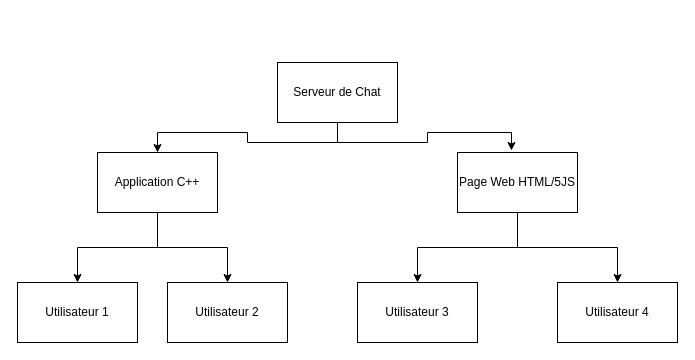
Above: Diagramme sans nom.drawio in Moutima/java (draw.io), before the change. Source tidied: cells renumbered, new cells numbered last; positions are measured from the earlier drawing's top-left corner, leaving out a move shared by most shapes. Both pictures are drawn from the tidied source at 100%, with x=0, y=0 at pixel (17, 62).
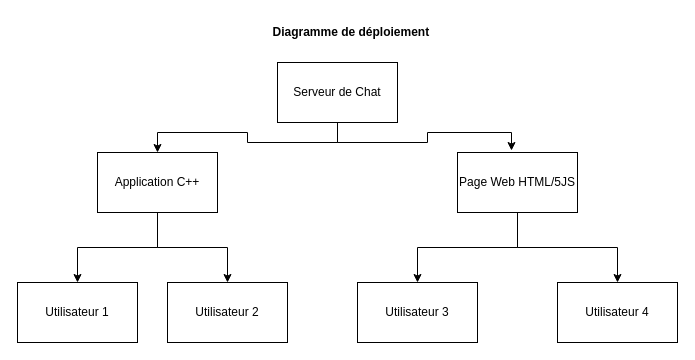
The same page after the edit.

Commit message:
Mettre à jour Diagramme sans nom.drawio

Change to the diagram source:
```diff
@@
 <mxGraphModel>
   <root>
     <mxCell id="0" />
     <mxCell id="1" parent="0" />
     <mxCell id="2" style="edgeStyle=orthogonalEdgeStyle;rounded=0;jettySize=auto;html=1;exitX=0.5;exitY=1;exitDx=0;exitDy=0;" parent="1" edge="1" source="4" target="7">
       <mxGeometry relative="1" as="geometry" />
     </mxCell>
     <mxCell id="3" style="edgeStyle=orthogonalEdgeStyle;rounded=0;jettySize=auto;html=1;exitX=0.5;exitY=1;exitDx=0;exitDy=0;entryX=0.45;entryY=-0.033;entryDx=0;entryDy=0;entryPerimeter=0;" parent="1" edge="1" source="4" target="10">
       <mxGeometry relative="1" as="geometry" />
     </mxCell>
     <mxCell id="4" value="Serveur de Chat" style="rounded=0;whiteSpace=wrap;html=1;" parent="1" vertex="1">
       <mxGeometry x="260" width="120" height="60" as="geometry" />
     </mxCell>
     <mxCell id="5" style="edgeStyle=orthogonalEdgeStyle;rounded=0;jettySize=auto;html=1;exitX=0.5;exitY=1;exitDx=0;exitDy=0;" parent="1" edge="1" source="7" target="11">
       <mxGeometry relative="1" as="geometry" />
     </mxCell>
     <mxCell id="6" style="edgeStyle=orthogonalEdgeStyle;rounded=0;jettySize=auto;html=1;exitX=0.5;exitY=1;exitDx=0;exitDy=0;" parent="1" edge="1" source="7" target="13">
       <mxGeometry relative="1" as="geometry" />
     </mxCell>
     <mxCell id="7" value="Application C++" style="rounded=0;whiteSpace=wrap;html=1;" parent="1" vertex="1">
       <mxGeometry x="80" y="90" width="120" height="60" as="geometry" />
     </mxCell>
     <mxCell id="8" style="edgeStyle=orthogonalEdgeStyle;rounded=0;jettySize=auto;html=1;exitX=0.5;exitY=1;exitDx=0;exitDy=0;entryX=0.5;entryY=0;entryDx=0;entryDy=0;" parent="1" edge="1" source="10" target="12">
       <mxGeometry relative="1" as="geometry" />
     </mxCell>
     <mxCell id="9" style="edgeStyle=orthogonalEdgeStyle;rounded=0;jettySize=auto;html=1;exitX=0.5;exitY=1;exitDx=0;exitDy=0;entryX=0.5;entryY=0;entryDx=0;entryDy=0;" parent="1" edge="1" source="10" target="14">
       <mxGeometry relative="1" as="geometry" />
     </mxCell>
     <mxCell id="10" value="Page Web HTML/5JS" style="rounded=0;whiteSpace=wrap;html=1;" parent="1" vertex="1">
       <mxGeometry x="440" y="90" width="120" height="60" as="geometry" />
     </mxCell>
     <mxCell id="11" value="Utilisateur 1" style="rounded=0;whiteSpace=wrap;html=1;" parent="1" vertex="1">
       <mxGeometry y="220" width="120" height="60" as="geometry" />
     </mxCell>
     <mxCell id="12" value="Utilisateur 4" style="rounded=0;whiteSpace=wrap;html=1;" parent="1" vertex="1">
       <mxGeometry x="540" y="220" width="120" height="60" as="geometry" />
     </mxCell>
     <mxCell id="13" value="Utilisateur 2" style="rounded=0;whiteSpace=wrap;html=1;" parent="1" vertex="1">
       <mxGeometry x="150" y="220" width="120" height="60" as="geometry" />
     </mxCell>
     <mxCell id="14" value="Utilisateur 3" style="rounded=0;whiteSpace=wrap;html=1;" parent="1" vertex="1">
       <mxGeometry x="340" y="220" width="120" height="60" as="geometry" />
     </mxCell>
+    <mxCell id="15" value="&lt;b&gt;Diagramme de déploiement&amp;nbsp;&lt;/b&gt;" style="text;html=1;align=center;verticalAlign=middle;strokeColor=none;fillColor=none;" parent="1" vertex="1">
+      <mxGeometry x="245" y="-45" width="180" height="30" as="geometry" />
+    </mxCell>
   </root>
 </mxGraphModel>
```
